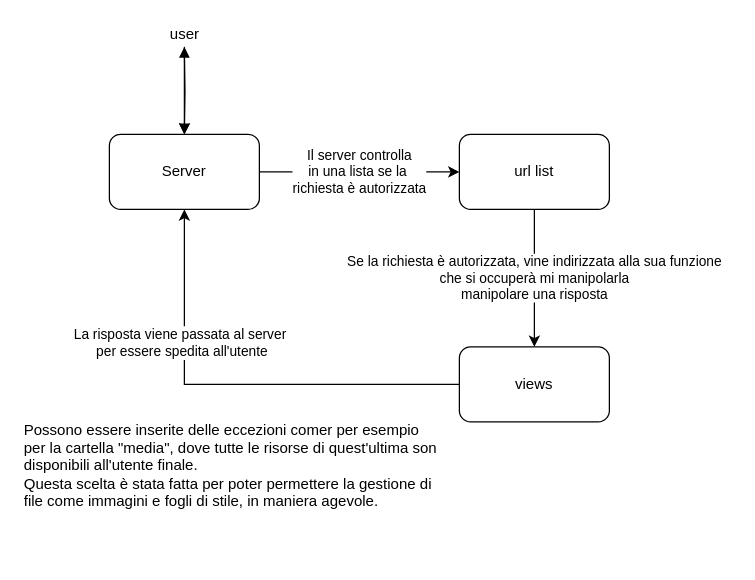
Ro0t-set/Progetto-Reti-2021 keeps this draw.io diagram as page "base" (1 of 2) of src/server/media/reti.drawio. Above is the earlier version. Source tidied: cells renumbered, new cells numbered last; positions are measured from the earlier drawing's top-left corner, leaving out a move shared by most shapes. Both pictures are drawn from the tidied source at 125%, with x=0, y=0 at pixel (21, 21).
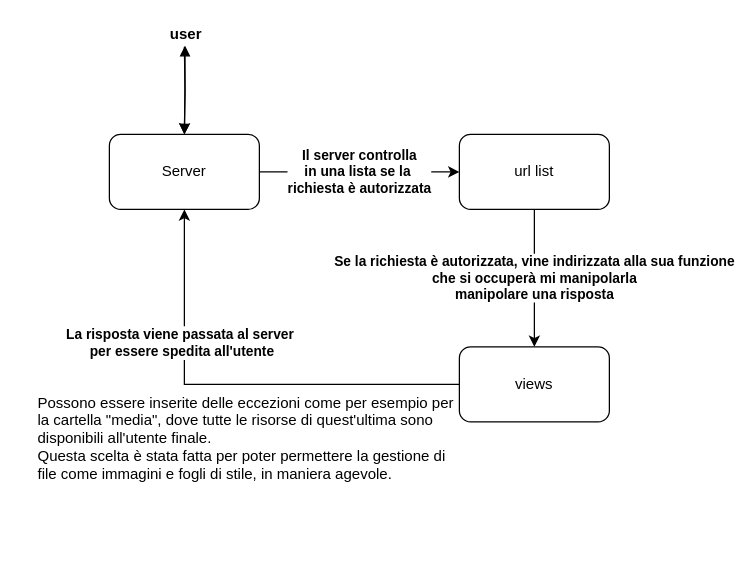
After the change.

Diff of the diagram source:
```diff
@@
 <mxGraphModel>
   <root>
     <mxCell id="0" />
     <mxCell id="1" parent="0" />
-    <mxCell id="2" style="edgeStyle=orthogonalEdgeStyle;rounded=0;jettySize=auto;html=1;" parent="1" edge="1" target="4">
+    <mxCell id="2" style="edgeStyle=orthogonalEdgeStyle;rounded=0;jettySize=auto;html=1;fontStyle=1;" parent="1" edge="1" target="4">
       <mxGeometry relative="1" as="geometry">
         <mxPoint x="130" y="20" as="sourcePoint" />
       </mxGeometry>
     </mxCell>
-    <mxCell id="3" value="Il server controlla&lt;br&gt;in una lista se la&amp;nbsp;&lt;br&gt;richiesta è autorizzata" style="edgeStyle=orthogonalEdgeStyle;rounded=0;jettySize=auto;html=1;" parent="1" edge="1" source="4" target="6">
+    <mxCell id="3" value="Il server controlla&lt;br&gt;in una lista se la&amp;nbsp;&lt;br&gt;richiesta è autorizzata" style="edgeStyle=orthogonalEdgeStyle;rounded=0;jettySize=auto;html=1;fontStyle=1;" parent="1" edge="1" source="4" target="6">
       <mxGeometry relative="1" as="geometry" />
     </mxCell>
-    <mxCell id="4" value="Server" style="rounded=1;whiteSpace=wrap;html=1;" parent="1" vertex="1">
+    <mxCell id="4" value="&lt;span style=&quot;font-weight: normal&quot;&gt;Server&lt;/span&gt;" style="rounded=1;whiteSpace=wrap;html=1;fontStyle=1;" parent="1" vertex="1">
       <mxGeometry x="70" y="90" width="120" height="60" as="geometry" />
     </mxCell>
-    <mxCell id="5" value="Se la richiesta è autorizzata, vine indirizzata alla sua funzione&lt;br&gt;che si occuperà mi manipolarla&lt;br&gt;manipolare una risposta" style="edgeStyle=orthogonalEdgeStyle;rounded=0;jettySize=auto;html=1;entryX=0.5;entryY=0;entryDx=0;entryDy=0;" parent="1" edge="1" source="6" target="9">
+    <mxCell id="5" value="Se la richiesta è autorizzata, vine indirizzata alla sua funzione&lt;br&gt;che si occuperà mi manipolarla&lt;br&gt;manipolare una risposta" style="edgeStyle=orthogonalEdgeStyle;rounded=0;jettySize=auto;html=1;entryX=0.5;entryY=0;entryDx=0;entryDy=0;fontStyle=1;" parent="1" edge="1" source="6" target="9">
       <mxGeometry relative="1" as="geometry" />
     </mxCell>
-    <mxCell id="6" value="url list" style="rounded=1;whiteSpace=wrap;html=1;" parent="1" vertex="1">
+    <mxCell id="6" value="&lt;span style=&quot;font-weight: normal&quot;&gt;url list&lt;/span&gt;" style="rounded=1;whiteSpace=wrap;html=1;fontStyle=1;" parent="1" vertex="1">
       <mxGeometry x="350" y="90" width="120" height="60" as="geometry" />
     </mxCell>
-    <mxCell id="7" style="edgeStyle=orthogonalEdgeStyle;rounded=0;jettySize=auto;html=1;entryX=0.5;entryY=1;entryDx=0;entryDy=0;" parent="1" edge="1" source="9" target="4">
+    <mxCell id="7" style="edgeStyle=orthogonalEdgeStyle;rounded=0;jettySize=auto;html=1;entryX=0.5;entryY=1;entryDx=0;entryDy=0;fontStyle=1;" parent="1" edge="1" source="9" target="4">
       <mxGeometry relative="1" as="geometry" />
     </mxCell>
-    <mxCell id="8" value="La risposta viene passata al server&amp;nbsp;&lt;br&gt;per essere spedita all'utente" style="edgeLabel;html=1;align=center;verticalAlign=middle;" parent="7" vertex="1">
+    <mxCell id="8" value="La risposta viene passata al server&amp;nbsp;&lt;br&gt;per essere spedita all'utente" style="edgeLabel;html=1;align=center;verticalAlign=middle;fontStyle=1;" parent="7" vertex="1">
       <mxGeometry x="0.41" y="3" relative="1" as="geometry" />
     </mxCell>
-    <mxCell id="9" value="views" style="rounded=1;whiteSpace=wrap;html=1;" parent="1" vertex="1">
+    <mxCell id="9" value="&lt;span style=&quot;font-weight: normal&quot;&gt;views&lt;/span&gt;" style="rounded=1;whiteSpace=wrap;html=1;fontStyle=1;" parent="1" vertex="1">
       <mxGeometry x="350" y="260" width="120" height="60" as="geometry" />
     </mxCell>
-    <mxCell id="10" style="edgeStyle=orthogonalEdgeStyle;rounded=0;jettySize=auto;html=1;startArrow=block;startFill=1;endArrow=block;endFill=1;" parent="1" edge="1" source="11" target="4">
+    <mxCell id="10" style="edgeStyle=orthogonalEdgeStyle;rounded=0;jettySize=auto;html=1;startArrow=block;startFill=1;endArrow=block;endFill=1;fontStyle=1;" parent="1" edge="1" source="11" target="4">
       <mxGeometry relative="1" as="geometry" />
     </mxCell>
-    <mxCell id="11" value="user" style="text;html=1;align=center;verticalAlign=middle;points=[];strokeColor=none;" parent="1" vertex="1">
-      <mxGeometry x="110" width="40" height="20" as="geometry" />
+    <mxCell id="11" value="user" style="text;html=1;align=center;verticalAlign=middle;points=[];strokeColor=none;fontStyle=1;" parent="1" vertex="1">
+      <mxGeometry x="113" y="1" width="35" height="18" as="geometry" />
     </mxCell>
-    <mxCell id="12" value="Possono essere inserite delle eccezioni comer per esempio per la cartella &quot;media&quot;, dove tutte le risorse di quest'ultima son disponibili all'utente finale.&lt;br&gt;&lt;div&gt;Questa scelta è stata fatta per poter permettere la gestione di file come immagini e fogli di stile, in maniera agevole.&lt;/div&gt;" style="text;html=1;strokeColor=none;fillColor=none;align=left;verticalAlign=middle;whiteSpace=wrap;rounded=0;" parent="1" vertex="1">
-      <mxGeometry y="280" width="335" height="150" as="geometry" />
+    <mxCell id="12" value="Possono essere inserite delle eccezioni come per esempio per la cartella &quot;media&quot;, dove tutte le risorse di quest'ultima sono disponibili all'utente finale.&lt;br&gt;&lt;div&gt;Questa scelta è stata fatta per poter permettere la gestione di file come immagini e fogli di stile, in maniera agevole.&lt;/div&gt;" style="text;html=1;strokeColor=none;fillColor=none;align=left;verticalAlign=middle;whiteSpace=wrap;rounded=0;" parent="1" vertex="1">
+      <mxGeometry x="11" y="296" width="335" height="73" as="geometry" />
     </mxCell>
   </root>
 </mxGraphModel>
```
